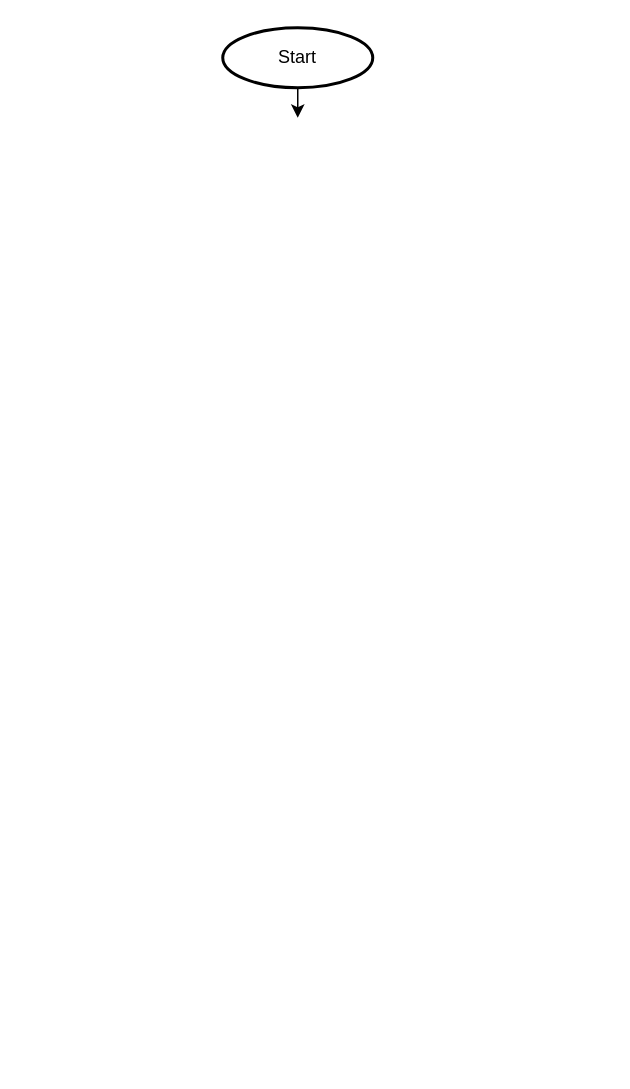
The draw.io diagram diagrams/algoritms/task5.drawio in Vlas1d/Algorithms, before the edit. Source tidied: cells renumbered, new cells numbered last; positions are measured from the earlier drawing's top-left corner, leaving out a move shared by most shapes. Both pictures are drawn from the tidied source at 150%, with x=0, y=0 at pixel (222, 27).
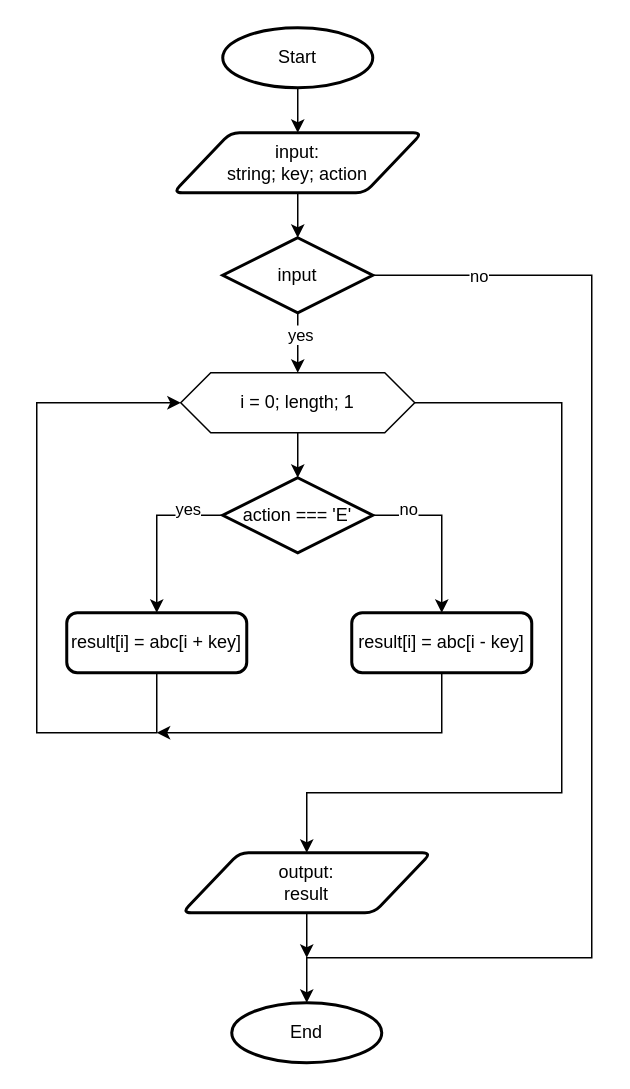
After the change.

The change refers to these unchanged cells:
```xml
<mxCell id="2" value="Start" style="strokeWidth=2;html=1;shape=mxgraph.flowchart.start_1;whiteSpace=wrap;" parent="1" vertex="1">
  <mxGeometry width="100" height="40" as="geometry" />
</mxCell>
```

Change to the diagram source:
```diff
@@
-    <mxCell id="3" style="endArrow=classic;html=1;rounded=0;" parent="1" edge="1" source="2">
-      <mxGeometry relative="1" as="geometry">
-        <mxPoint x="50" y="60" as="targetPoint" />
-      </mxGeometry>
+    <mxCell id="3" style="endArrow=classic;html=1;rounded=0;entryX=0.5;entryY=0;entryDx=0;entryDy=0;" parent="1" edge="1" source="2" target="4">
+      <mxGeometry relative="1" as="geometry" />
     </mxCell>
+    <mxCell id="4" value="input:&lt;br&gt;string; key; action" style="shape=parallelogram;html=1;strokeWidth=2;perimeter=parallelogramPerimeter;whiteSpace=wrap;rounded=1;arcSize=12;size=0.23;" parent="1" vertex="1">
+      <mxGeometry x="-33" y="70" width="166" height="40" as="geometry" />
+    </mxCell>
+    <mxCell id="5" value="input" style="strokeWidth=2;html=1;shape=mxgraph.flowchart.decision;whiteSpace=wrap;" parent="1" vertex="1">
+      <mxGeometry y="140" width="100" height="50" as="geometry" />
+    </mxCell>
+    <mxCell id="6" value="End" style="strokeWidth=2;html=1;shape=mxgraph.flowchart.start_1;whiteSpace=wrap;" parent="1" vertex="1">
+      <mxGeometry x="6" y="650" width="100" height="40" as="geometry" />
+    </mxCell>
+    <mxCell id="7" style="endArrow=classic;html=1;rounded=0;exitX=0.5;exitY=1;exitDx=0;exitDy=0;entryX=0.5;entryY=0;entryDx=0;entryDy=0;entryPerimeter=0;" parent="1" edge="1" source="4" target="5">
+      <mxGeometry relative="1" as="geometry" />
+    </mxCell>
+    <mxCell id="8" style="endArrow=classic;html=1;rounded=0;exitX=1;exitY=0.5;exitDx=0;exitDy=0;exitPerimeter=0;entryX=0.5;entryY=0;entryDx=0;entryDy=0;entryPerimeter=0;" parent="1" edge="1" source="5" target="6">
+      <mxGeometry relative="1" as="geometry">
+        <Array as="points">
+          <mxPoint x="246" y="165" />
+          <mxPoint x="246" y="620" />
+          <mxPoint x="56" y="620" />
+        </Array>
+      </mxGeometry>
+    </mxCell>
+    <mxCell id="9" value="no" style="edgeLabel;html=1;align=center;verticalAlign=middle;" parent="8" vertex="1">
+      <mxGeometry x="-0.83" relative="1" as="geometry" />
+    </mxCell>
+    <mxCell id="10" style="endArrow=classic;html=1;rounded=0;exitX=0.5;exitY=1;exitDx=0;exitDy=0;exitPerimeter=0;entryX=0.5;entryY=0;entryDx=0;entryDy=0;" parent="1" edge="1" source="5" target="12">
+      <mxGeometry relative="1" as="geometry" />
+    </mxCell>
+    <mxCell id="11" value="yes" style="edgeLabel;html=1;align=center;verticalAlign=middle;" parent="10" vertex="1">
+      <mxGeometry x="-0.29" y="1" relative="1" as="geometry" />
+    </mxCell>
+    <mxCell id="12" value="i = 0; length; 1" style="shape=hexagon;perimeter=hexagonPerimeter2;whiteSpace=wrap;html=1;fixedSize=1;" parent="1" vertex="1">
+      <mxGeometry x="-28" y="230" width="156" height="40" as="geometry" />
+    </mxCell>
+    <mxCell id="13" value="action === 'E'" style="strokeWidth=2;html=1;shape=mxgraph.flowchart.decision;whiteSpace=wrap;" parent="1" vertex="1">
+      <mxGeometry y="300" width="100" height="50" as="geometry" />
+    </mxCell>
+    <mxCell id="14" style="endArrow=classic;html=1;rounded=0;exitX=0.5;exitY=1;exitDx=0;exitDy=0;entryX=0.5;entryY=0;entryDx=0;entryDy=0;entryPerimeter=0;" parent="1" edge="1" source="12" target="13">
+      <mxGeometry relative="1" as="geometry" />
+    </mxCell>
+    <mxCell id="15" value="result[i] = abc[i - key]" style="rounded=1;whiteSpace=wrap;html=1;absoluteArcSize=1;arcSize=14;strokeWidth=2;" parent="1" vertex="1">
+      <mxGeometry x="86" y="390" width="120" height="40" as="geometry" />
+    </mxCell>
+    <mxCell id="16" value="result[i] = abc[i + key]" style="rounded=1;whiteSpace=wrap;html=1;absoluteArcSize=1;arcSize=14;strokeWidth=2;" parent="1" vertex="1">
+      <mxGeometry x="-104" y="390" width="120" height="40" as="geometry" />
+    </mxCell>
+    <mxCell id="17" style="endArrow=classic;html=1;rounded=0;exitX=0;exitY=0.5;exitDx=0;exitDy=0;exitPerimeter=0;entryX=0.5;entryY=0;entryDx=0;entryDy=0;" parent="1" edge="1" source="13" target="16">
+      <mxGeometry relative="1" as="geometry">
+        <Array as="points">
+          <mxPoint x="-44" y="325" />
+        </Array>
+      </mxGeometry>
+    </mxCell>
+    <mxCell id="18" value="yes" style="edgeLabel;html=1;align=center;verticalAlign=middle;" parent="17" vertex="1">
+      <mxGeometry x="-0.54" y="1" relative="1" as="geometry">
+        <mxPoint x="1" y="-6" as="offset" />
+      </mxGeometry>
+    </mxCell>
+    <mxCell id="19" style="endArrow=classic;html=1;rounded=0;exitX=1;exitY=0.5;exitDx=0;exitDy=0;exitPerimeter=0;entryX=0.5;entryY=0;entryDx=0;entryDy=0;" parent="1" edge="1" source="13" target="15">
+      <mxGeometry relative="1" as="geometry">
+        <Array as="points">
+          <mxPoint x="146" y="325" />
+        </Array>
+      </mxGeometry>
+    </mxCell>
+    <mxCell id="20" value="no" style="edgeLabel;html=1;align=center;verticalAlign=middle;" parent="19" vertex="1">
+      <mxGeometry x="-0.59" relative="1" as="geometry">
+        <mxPoint y="-5" as="offset" />
+      </mxGeometry>
+    </mxCell>
+    <mxCell id="21" style="endArrow=classic;html=1;rounded=0;exitX=0.5;exitY=1;exitDx=0;exitDy=0;entryX=0;entryY=0.5;entryDx=0;entryDy=0;" parent="1" edge="1" source="16" target="12">
+      <mxGeometry relative="1" as="geometry">
+        <Array as="points">
+          <mxPoint x="-44" y="470" />
+          <mxPoint x="-124" y="470" />
+          <mxPoint x="-124" y="250" />
+        </Array>
+      </mxGeometry>
+    </mxCell>
+    <mxCell id="22" style="endArrow=classic;html=1;rounded=0;exitX=0.5;exitY=1;exitDx=0;exitDy=0;" parent="1" edge="1" source="15">
+      <mxGeometry relative="1" as="geometry">
+        <mxPoint x="-44" y="470" as="targetPoint" />
+        <Array as="points">
+          <mxPoint x="146" y="470" />
+        </Array>
+      </mxGeometry>
+    </mxCell>
+    <mxCell id="23" style="endArrow=classic;html=1;rounded=0;exitX=1;exitY=0.5;exitDx=0;exitDy=0;entryX=0.5;entryY=0;entryDx=0;entryDy=0;" parent="1" edge="1" source="12" target="24">
+      <mxGeometry relative="1" as="geometry">
+        <Array as="points">
+          <mxPoint x="226" y="250" />
+          <mxPoint x="226" y="510" />
+          <mxPoint x="56" y="510" />
+        </Array>
+      </mxGeometry>
+    </mxCell>
+    <mxCell id="24" value="output:&lt;br&gt;result" style="shape=parallelogram;html=1;strokeWidth=2;perimeter=parallelogramPerimeter;whiteSpace=wrap;rounded=1;arcSize=12;size=0.23;" parent="1" vertex="1">
+      <mxGeometry x="-27" y="550" width="166" height="40" as="geometry" />
+    </mxCell>
+    <mxCell id="25" style="endArrow=classic;html=1;rounded=0;exitX=0.5;exitY=1;exitDx=0;exitDy=0;" parent="1" edge="1" source="24">
+      <mxGeometry relative="1" as="geometry">
+        <mxPoint x="56" y="620" as="targetPoint" />
+      </mxGeometry>
+    </mxCell>
```
